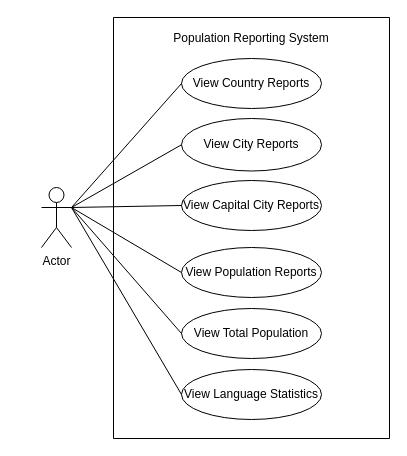
kaungmyatlwin18/Group_11-DevOps keeps this draw.io diagram as docs/use-case-diagram.drawio. Above is the earlier version. Source tidied: cells renumbered, new cells numbered last; positions are measured from the earlier drawing's top-left corner, leaving out a move shared by most shapes. Both pictures are drawn from the tidied source at 100%, with x=0, y=0 at pixel (41, 17).
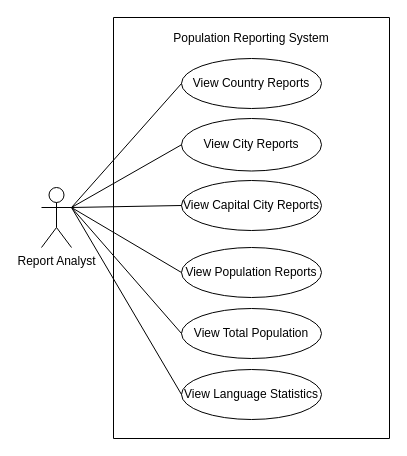
The same diagram, later.

Commit message (it also covers changes not shown here):
docs: add Sprint 1 use cases and update diagram

The edit, as a diff of the source:
```diff
@@
 <mxGraphModel>
   <root>
     <mxCell id="0" />
     <mxCell id="1" parent="0" />
-    <mxCell id="2" value="Actor" style="shape=umlActor;verticalLabelPosition=bottom;verticalAlign=top;html=1;" parent="1" vertex="1">
+    <mxCell id="2" value="Report Analyst" style="shape=umlActor;verticalLabelPosition=bottom;verticalAlign=top;html=1;" parent="1" vertex="1">
       <mxGeometry y="170" width="30" height="60" as="geometry" />
     </mxCell>
     <mxCell id="3" value="&lt;pre dir=&quot;ltr&quot;&gt;&lt;code&gt;&lt;font face=&quot;Helvetica&quot;&gt;View Capital City Reports&lt;/font&gt;&lt;/code&gt;&lt;/pre&gt;" style="ellipse;whiteSpace=wrap;html=1;" parent="1" vertex="1">
       <mxGeometry x="140" y="163" width="140" height="50" as="geometry" />
     </mxCell>
     <mxCell id="4" value="&lt;pre dir=&quot;ltr&quot;&gt;&lt;code&gt;&lt;font face=&quot;Helvetica&quot;&gt;View Country Reports&lt;/font&gt;&lt;/code&gt;&lt;/pre&gt;" style="ellipse;whiteSpace=wrap;html=1;" parent="1" vertex="1">
       <mxGeometry x="140" y="41" width="140" height="50" as="geometry" />
     </mxCell>
     <mxCell id="5" value="&lt;pre dir=&quot;ltr&quot;&gt;&lt;code&gt;&lt;font face=&quot;Helvetica&quot;&gt;View Population Reports&lt;/font&gt;&lt;/code&gt;&lt;/pre&gt;" style="ellipse;whiteSpace=wrap;html=1;" parent="1" vertex="1">
       <mxGeometry x="140" y="230" width="140" height="50" as="geometry" />
     </mxCell>
     <mxCell id="6" value="&lt;pre dir=&quot;ltr&quot;&gt;&lt;code&gt;&lt;font face=&quot;Helvetica&quot;&gt;View City Reports&lt;/font&gt;&lt;/code&gt;&lt;/pre&gt;" style="ellipse;whiteSpace=wrap;html=1;" parent="1" vertex="1">
       <mxGeometry x="140" y="101" width="140" height="52.5" as="geometry" />
     </mxCell>
     <mxCell id="7" value="&lt;pre dir=&quot;ltr&quot;&gt;&lt;code&gt;&lt;font face=&quot;Helvetica&quot;&gt;View Language Statistics&lt;/font&gt;&lt;/code&gt;&lt;/pre&gt;" style="ellipse;whiteSpace=wrap;html=1;" parent="1" vertex="1">
       <mxGeometry x="140" y="352" width="140" height="50" as="geometry" />
     </mxCell>
     <mxCell id="8" style="endArrow=none;html=1;rounded=0;entryX=0;entryY=0.5;entryDx=0;entryDy=0;exitX=1;exitY=0.3333333333333333;exitDx=0;exitDy=0;exitPerimeter=0;" parent="1" edge="1" source="2" target="4">
       <mxGeometry relative="1" as="geometry" />
     </mxCell>
     <mxCell id="9" style="endArrow=none;html=1;rounded=0;entryX=0;entryY=0.5;entryDx=0;entryDy=0;exitX=1;exitY=0.3333333333333333;exitDx=0;exitDy=0;exitPerimeter=0;" parent="1" edge="1" source="2" target="6">
       <mxGeometry relative="1" as="geometry" />
     </mxCell>
     <mxCell id="10" style="endArrow=none;html=1;rounded=0;entryX=0;entryY=0.5;entryDx=0;entryDy=0;exitX=1;exitY=0.3333333333333333;exitDx=0;exitDy=0;exitPerimeter=0;" parent="1" edge="1" source="2" target="3">
       <mxGeometry relative="1" as="geometry" />
     </mxCell>
     <mxCell id="11" style="endArrow=none;html=1;rounded=0;entryX=0;entryY=0.5;entryDx=0;entryDy=0;exitX=1;exitY=0.3333333333333333;exitDx=0;exitDy=0;exitPerimeter=0;" parent="1" edge="1" source="2" target="5">
       <mxGeometry relative="1" as="geometry" />
     </mxCell>
     <mxCell id="12" style="endArrow=none;html=1;rounded=0;entryX=1;entryY=0.3333333333333333;entryDx=0;entryDy=0;entryPerimeter=0;exitX=0;exitY=0.5;exitDx=0;exitDy=0;" parent="1" edge="1" source="7" target="2">
       <mxGeometry relative="1" as="geometry" />
     </mxCell>
     <mxCell id="13" style="swimlane;startSize=0;" parent="1" vertex="1">
       <mxGeometry x="72" width="276" height="421" as="geometry" />
     </mxCell>
     <mxCell id="14" value="Population Reporting System" style="text;html=1;strokeColor=none;fillColor=none;align=center;verticalAlign=middle;whiteSpace=wrap;rounded=0;" parent="13" vertex="1">
       <mxGeometry x="55" y="5.5" width="166" height="30" as="geometry" />
     </mxCell>
     <mxCell id="15" value="&lt;pre dir=&quot;ltr&quot;&gt;&lt;font face=&quot;Helvetica&quot;&gt;View Total Population&lt;/font&gt;&lt;/pre&gt;" style="ellipse;whiteSpace=wrap;html=1;" parent="1" vertex="1">
       <mxGeometry x="140" y="291" width="140" height="50" as="geometry" />
     </mxCell>
     <mxCell id="16" style="endArrow=none;html=1;rounded=0;entryX=0;entryY=0.5;entryDx=0;entryDy=0;exitX=1;exitY=0.3333333333333333;exitDx=0;exitDy=0;exitPerimeter=0;" parent="1" edge="1" source="2" target="15">
       <mxGeometry relative="1" as="geometry" />
     </mxCell>
   </root>
 </mxGraphModel>
```
